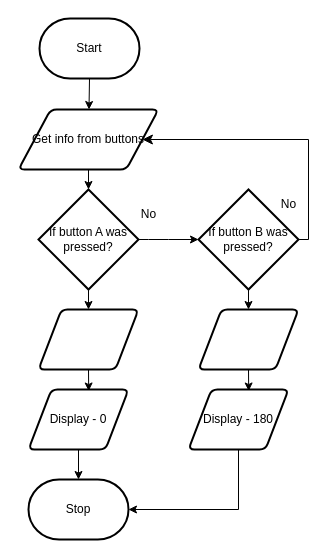
MTHS-TEJ2O-1-2023/TEJ2O-Unit-5-07-ihor-chernyshev keeps this draw.io diagram as design/flowchart.drawio. Above is the earlier version. Source tidied: cells renumbered, new cells numbered last; positions are measured from the earlier drawing's top-left corner, leaving out a move shared by most shapes. Both pictures are drawn from the tidied source at 100%, with x=0, y=0 at pixel (18, 18).
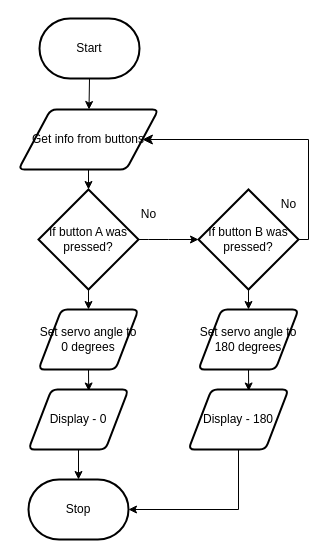
After the change.

The edit, as a diff of the source:
```diff
@@
-    <mxCell id="17" style="shape=parallelogram;html=1;strokeWidth=2;perimeter=parallelogramPerimeter;whiteSpace=wrap;rounded=1;arcSize=12;size=0.23;" parent="1" vertex="1">
+    <mxCell id="17" value="Set servo&amp;nbsp;angle to 0 degrees" style="shape=parallelogram;html=1;strokeWidth=2;perimeter=parallelogramPerimeter;whiteSpace=wrap;rounded=1;arcSize=12;size=0.23;" parent="1" vertex="1">
       <mxGeometry x="20" y="291" width="100" height="60" as="geometry" />
     </mxCell>
@@
-    <mxCell id="22" style="shape=parallelogram;html=1;strokeWidth=2;perimeter=parallelogramPerimeter;whiteSpace=wrap;rounded=1;arcSize=12;size=0.23;" parent="1" vertex="1">
+    <mxCell id="22" value="Set servo angle to 180 degrees" style="shape=parallelogram;html=1;strokeWidth=2;perimeter=parallelogramPerimeter;whiteSpace=wrap;rounded=1;arcSize=12;size=0.23;" parent="1" vertex="1">
       <mxGeometry x="180" y="291" width="100" height="60" as="geometry" />
     </mxCell>
```
